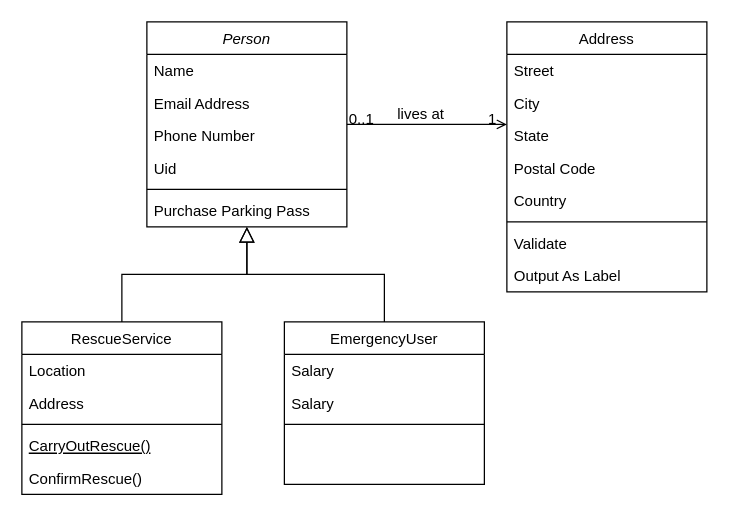
Before: class.drawio in dunguyen-3112/dunguyen-3112, a draw.io diagram. Source tidied: cells renumbered, new cells numbered last; positions are measured from the earlier drawing's top-left corner, leaving out a move shared by most shapes. Both pictures are drawn from the tidied source at 125%, with x=0, y=0 at pixel (21, 21).
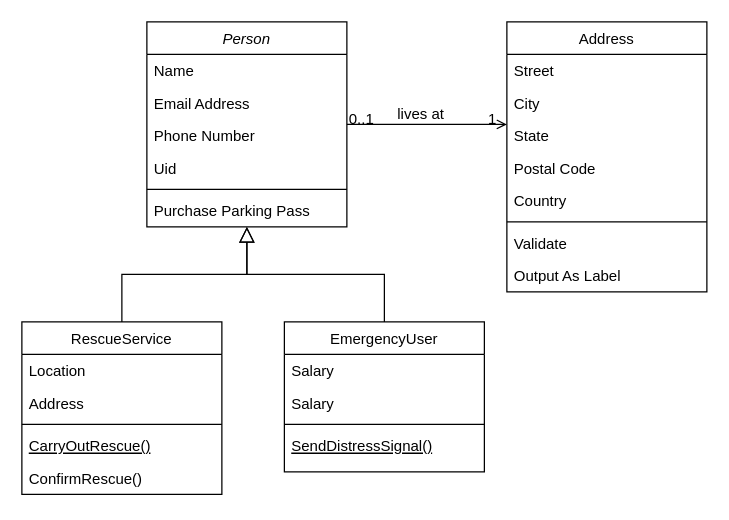
The same page after the edit.

What changed in the source:
```diff
@@
     <mxCell id="16" value="EmergencyUser" style="swimlane;fontStyle=0;align=center;verticalAlign=top;horizontal=1;startSize=26;rounded=0;shadow=0;strokeWidth=1;" parent="1" vertex="1">
-      <mxGeometry x="210" y="240" width="160" height="130" as="geometry" />
+      <mxGeometry x="210" y="240" width="160" height="120" as="geometry" />
     </mxCell>
@@
+    <mxCell id="34" value="SendDistressSignal()" style="text;align=left;verticalAlign=top;spacingLeft=4;spacingRight=4;overflow=hidden;fontStyle=4;" parent="16" vertex="1">
+      <mxGeometry y="86" width="160" height="26" as="geometry" />
+    </mxCell>
```
